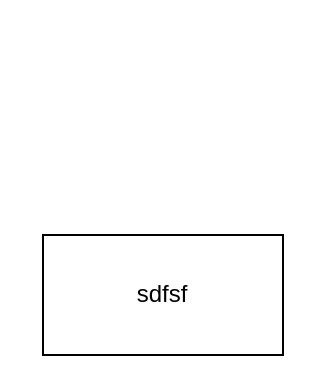
This is 未命名绘图.drawio from li1164267803/draw, a draw.io file, before an edit. Source tidied: cells renumbered, new cells numbered last; positions are measured from the earlier drawing's top-left corner, leaving out a move shared by most shapes. Both pictures are drawn from the tidied source at 200%, with x=0, y=0 at pixel (42, 234).
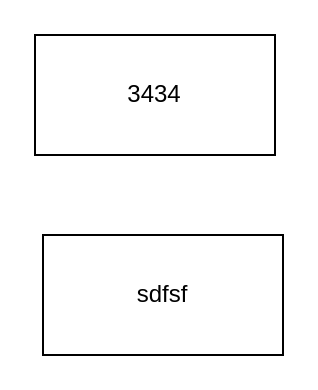
After the change.

Commit message (it also covers changes not shown here):
更新未命名绘图.drawio

What changed in the source:
```diff
@@
 <mxGraphModel>
   <root>
     <mxCell id="0" />
     <mxCell id="1" parent="0" />
     <mxCell id="2" value="sdfsf" style="rounded=0;whiteSpace=wrap;html=1;" parent="1" vertex="1">
       <mxGeometry width="120" height="60" as="geometry" />
     </mxCell>
+    <mxCell id="3" value="3434" style="rounded=0;whiteSpace=wrap;html=1;" parent="1" vertex="1">
+      <mxGeometry x="-4" y="-100" width="120" height="60" as="geometry" />
+    </mxCell>
   </root>
 </mxGraphModel>
```
